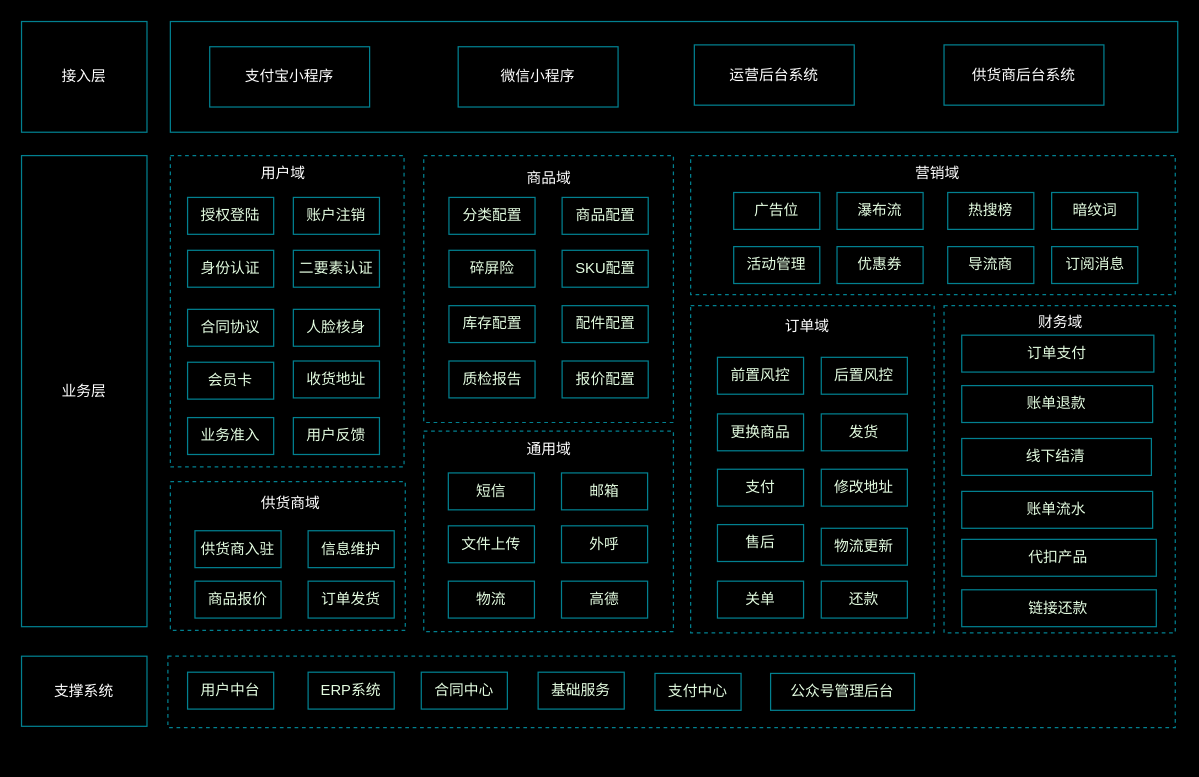
This is 业务架构.drawio from zhaoershuang/flow-chart, a draw.io file, before an edit. Source tidied: cells renumbered, new cells numbered last; positions are measured from the earlier drawing's top-left corner, leaving out a move shared by most shapes. Both pictures are drawn from the tidied source at 123%, with x=0, y=0 at pixel (21, 21).
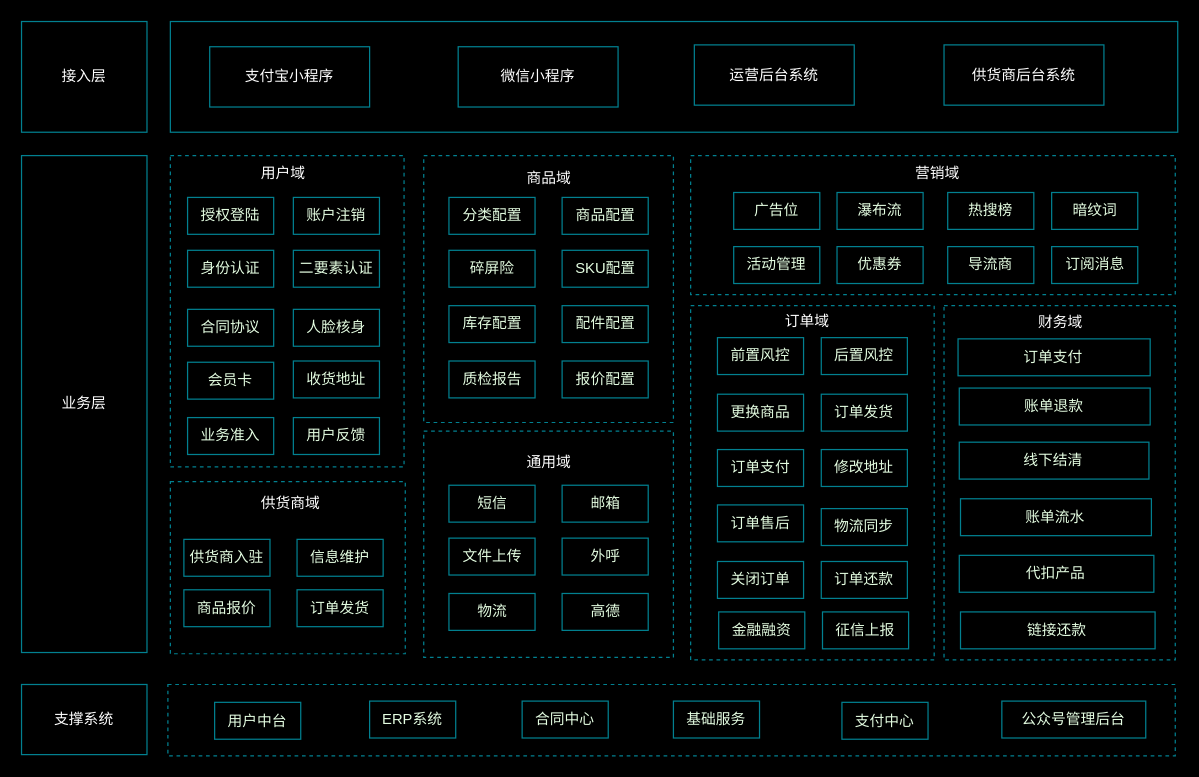
The same page after the edit.

Commit message (it also covers changes not shown here):
更新业务架构.drawio

The edit, as a diff of the source:
```diff
@@
-    <mxCell id="2" style="rounded=0;whiteSpace=wrap;html=1;labelBackgroundColor=none;fillColor=none;strokeWidth=1;strokeColor=#028090;dashed=1;fontColor=#E4FDE1;" parent="1" vertex="1">
-      <mxGeometry x="544" y="231" width="198" height="266" as="geometry" />
+    <mxCell id="2" style="rounded=0;whiteSpace=wrap;html=1;labelBackgroundColor=none;fillColor=none;strokeWidth=1;dashed=1;strokeColor=#028090;fontColor=#E4FDE1;" parent="1" vertex="1">
+      <mxGeometry x="544" y="231" width="198" height="288" as="geometry" />
     </mxCell>
@@
     <mxCell id="4" value="&lt;font color=&quot;#ffffff&quot;&gt;业务层&lt;/font&gt;" style="rounded=0;whiteSpace=wrap;html=1;labelBackgroundColor=none;fillColor=none;strokeWidth=1;strokeColor=#028090;fontColor=#E4FDE1;" parent="1" vertex="1">
-      <mxGeometry y="109" width="102" height="383" as="geometry" />
+      <mxGeometry y="109" width="102" height="404" as="geometry" />
     </mxCell>
@@
-    <mxCell id="10" style="rounded=0;whiteSpace=wrap;html=1;labelBackgroundColor=none;fillColor=none;strokeWidth=1;strokeColor=#028090;dashed=1;fontColor=#E4FDE1;" parent="1" vertex="1">
+    <mxCell id="10" style="rounded=0;whiteSpace=wrap;html=1;labelBackgroundColor=none;fillColor=none;strokeWidth=1;dashed=1;strokeColor=#028090;fontColor=#E4FDE1;" parent="1" vertex="1">
       <mxGeometry x="121" y="109" width="190" height="253" as="geometry" />
     </mxCell>
-    <mxCell id="11" value="&lt;font color=&quot;#ffffff&quot;&gt;用户域&lt;/font&gt;" style="text;html=1;align=center;verticalAlign=middle;whiteSpace=wrap;rounded=0;labelBackgroundColor=none;fontColor=#E4FDE1;strokeColor=none;" parent="1" vertex="1">
+    <mxCell id="11" value="&lt;font color=&quot;#ffffff&quot;&gt;用户域&lt;/font&gt;" style="text;html=1;align=center;verticalAlign=middle;whiteSpace=wrap;rounded=0;labelBackgroundColor=none;strokeColor=none;fontColor=#E4FDE1;" parent="1" vertex="1">
       <mxGeometry x="183" y="109" width="60" height="30" as="geometry" />
     </mxCell>
@@
     <mxCell id="16" value="前置风控" style="rounded=0;whiteSpace=wrap;html=1;labelBackgroundColor=none;fillColor=none;strokeWidth=1;strokeColor=#028090;fontColor=#E4FDE1;" parent="1" vertex="1">
-      <mxGeometry x="565.8" y="273" width="70" height="30" as="geometry" />
+      <mxGeometry x="565.8" y="257" width="70" height="30" as="geometry" />
     </mxCell>
     <mxCell id="17" value="后置风控" style="rounded=0;whiteSpace=wrap;html=1;labelBackgroundColor=none;fillColor=none;strokeWidth=1;strokeColor=#028090;fontColor=#E4FDE1;" parent="1" vertex="1">
-      <mxGeometry x="650.2" y="273" width="70" height="30" as="geometry" />
+      <mxGeometry x="650.2" y="257" width="70" height="30" as="geometry" />
     </mxCell>
@@
-    <mxCell id="24" style="rounded=0;whiteSpace=wrap;html=1;labelBackgroundColor=none;fillColor=none;strokeWidth=1;strokeColor=#028090;dashed=1;fontColor=#E4FDE1;" parent="1" vertex="1">
-      <mxGeometry x="121" y="374" width="191" height="121" as="geometry" />
+    <mxCell id="24" style="rounded=0;whiteSpace=wrap;html=1;labelBackgroundColor=none;fillColor=none;strokeWidth=1;dashed=1;strokeColor=#028090;fontColor=#E4FDE1;" parent="1" vertex="1">
+      <mxGeometry x="121" y="374" width="191" height="140" as="geometry" />
     </mxCell>
-    <mxCell id="25" value="&lt;font color=&quot;#ffffff&quot;&gt;供货商域&lt;/font&gt;" style="text;html=1;align=center;verticalAlign=middle;whiteSpace=wrap;rounded=0;labelBackgroundColor=none;fontColor=#E4FDE1;strokeColor=none;" parent="1" vertex="1">
+    <mxCell id="25" value="&lt;font color=&quot;#ffffff&quot;&gt;供货商域&lt;/font&gt;" style="text;html=1;align=center;verticalAlign=middle;whiteSpace=wrap;rounded=0;labelBackgroundColor=none;strokeColor=none;fontColor=#E4FDE1;" parent="1" vertex="1">
       <mxGeometry x="189" y="377" width="60" height="30" as="geometry" />
     </mxCell>
-    <mxCell id="26" style="rounded=0;whiteSpace=wrap;html=1;labelBackgroundColor=none;fillColor=none;strokeWidth=1;strokeColor=#028090;dashed=1;fontColor=#E4FDE1;" parent="1" vertex="1">
+    <mxCell id="26" style="rounded=0;whiteSpace=wrap;html=1;labelBackgroundColor=none;fillColor=none;strokeWidth=1;dashed=1;strokeColor=#028090;fontColor=#E4FDE1;" parent="1" vertex="1">
       <mxGeometry x="327" y="109" width="203" height="217" as="geometry" />
     </mxCell>
-    <mxCell id="27" value="&lt;font color=&quot;#ffffff&quot;&gt;商品域&lt;/font&gt;" style="text;html=1;align=center;verticalAlign=middle;whiteSpace=wrap;rounded=0;labelBackgroundColor=none;fontColor=#E4FDE1;strokeColor=none;" parent="1" vertex="1">
+    <mxCell id="27" value="&lt;font color=&quot;#ffffff&quot;&gt;商品域&lt;/font&gt;" style="text;html=1;align=center;verticalAlign=middle;whiteSpace=wrap;rounded=0;labelBackgroundColor=none;strokeColor=none;fontColor=#E4FDE1;" parent="1" vertex="1">
       <mxGeometry x="398.5" y="113" width="60" height="30" as="geometry" />
     </mxCell>
-    <mxCell id="28" style="rounded=0;whiteSpace=wrap;html=1;labelBackgroundColor=none;fillColor=none;strokeWidth=1;strokeColor=#028090;dashed=1;fontColor=#E4FDE1;" parent="1" vertex="1">
+    <mxCell id="28" style="rounded=0;whiteSpace=wrap;html=1;labelBackgroundColor=none;fillColor=none;strokeWidth=1;dashed=1;strokeColor=#028090;fontColor=#E4FDE1;" parent="1" vertex="1">
       <mxGeometry x="544" y="109" width="394" height="113" as="geometry" />
     </mxCell>
-    <mxCell id="29" value="&lt;font color=&quot;#ffffff&quot;&gt;营销域&lt;/font&gt;" style="text;html=1;align=center;verticalAlign=middle;whiteSpace=wrap;rounded=0;labelBackgroundColor=none;fontColor=#E4FDE1;strokeColor=none;" parent="1" vertex="1">
+    <mxCell id="29" value="&lt;font color=&quot;#ffffff&quot;&gt;营销域&lt;/font&gt;" style="text;html=1;align=center;verticalAlign=middle;whiteSpace=wrap;rounded=0;labelBackgroundColor=none;strokeColor=none;fontColor=#E4FDE1;" parent="1" vertex="1">
       <mxGeometry x="703" y="109" width="84" height="30" as="geometry" />
     </mxCell>
-    <mxCell id="30" value="&lt;font color=&quot;#ffffff&quot;&gt;订单域&lt;/font&gt;" style="text;html=1;align=center;verticalAlign=middle;whiteSpace=wrap;rounded=0;labelBackgroundColor=none;fontColor=#E4FDE1;strokeColor=none;" parent="1" vertex="1">
-      <mxGeometry x="609" y="233" width="60" height="30" as="geometry" />
+    <mxCell id="30" value="&lt;font color=&quot;#ffffff&quot;&gt;订单域&lt;/font&gt;" style="text;html=1;align=center;verticalAlign=middle;whiteSpace=wrap;rounded=0;labelBackgroundColor=none;strokeColor=none;fontColor=#E4FDE1;" parent="1" vertex="1">
+      <mxGeometry x="609" y="229" width="60" height="30" as="geometry" />
     </mxCell>
     <mxCell id="31" value="供货商入驻" style="rounded=0;whiteSpace=wrap;html=1;labelBackgroundColor=none;fillColor=none;strokeWidth=1;strokeColor=#028090;fontColor=#E4FDE1;" parent="1" vertex="1">
-      <mxGeometry x="141" y="414" width="70" height="30" as="geometry" />
+      <mxGeometry x="132" y="421" width="70" height="30" as="geometry" />
     </mxCell>
     <mxCell id="32" value="信息维护" style="rounded=0;whiteSpace=wrap;html=1;labelBackgroundColor=none;fillColor=none;strokeWidth=1;strokeColor=#028090;fontColor=#E4FDE1;" parent="1" vertex="1">
-      <mxGeometry x="233" y="414" width="70" height="30" as="geometry" />
+      <mxGeometry x="224" y="421" width="70" height="30" as="geometry" />
     </mxCell>
@@
     <mxCell id="37" value="商品报价" style="rounded=0;whiteSpace=wrap;html=1;labelBackgroundColor=none;fillColor=none;strokeWidth=1;strokeColor=#028090;fontColor=#E4FDE1;" parent="1" vertex="1">
-      <mxGeometry x="141" y="455" width="70" height="30" as="geometry" />
+      <mxGeometry x="132" y="462" width="70" height="30" as="geometry" />
     </mxCell>
     <mxCell id="38" value="订单发货" style="rounded=0;whiteSpace=wrap;html=1;labelBackgroundColor=none;fillColor=none;strokeWidth=1;strokeColor=#028090;fontColor=#E4FDE1;" parent="1" vertex="1">
-      <mxGeometry x="233" y="455" width="70" height="30" as="geometry" />
+      <mxGeometry x="224" y="462" width="70" height="30" as="geometry" />
     </mxCell>
@@
-    <mxCell id="51" value="发货" style="rounded=0;whiteSpace=wrap;html=1;labelBackgroundColor=none;fillColor=none;strokeWidth=1;strokeColor=#028090;fontColor=#E4FDE1;" parent="1" vertex="1">
-      <mxGeometry x="650.2" y="319" width="70" height="30" as="geometry" />
+    <mxCell id="51" value="订单发货" style="rounded=0;whiteSpace=wrap;html=1;labelBackgroundColor=none;fillColor=none;strokeWidth=1;strokeColor=#028090;fontColor=#E4FDE1;" parent="1" vertex="1">
+      <mxGeometry x="650.2" y="303" width="70" height="30" as="geometry" />
     </mxCell>
     <mxCell id="52" value="更换商品" style="rounded=0;whiteSpace=wrap;html=1;labelBackgroundColor=none;fillColor=none;strokeWidth=1;strokeColor=#028090;fontColor=#E4FDE1;" parent="1" vertex="1">
-      <mxGeometry x="565.8" y="319" width="70" height="30" as="geometry" />
+      <mxGeometry x="565.8" y="303" width="70" height="30" as="geometry" />
     </mxCell>
-    <mxCell id="53" value="售后" style="rounded=0;whiteSpace=wrap;html=1;labelBackgroundColor=none;fillColor=none;strokeWidth=1;strokeColor=#028090;fontColor=#E4FDE1;" parent="1" vertex="1">
-      <mxGeometry x="565.8" y="409" width="70" height="30" as="geometry" />
+    <mxCell id="53" value="订单售后" style="rounded=0;whiteSpace=wrap;html=1;labelBackgroundColor=none;fillColor=none;strokeWidth=1;strokeColor=#028090;fontColor=#E4FDE1;" parent="1" vertex="1">
+      <mxGeometry x="565.8" y="393" width="70" height="30" as="geometry" />
     </mxCell>
-    <mxCell id="54" value="支付" style="rounded=0;whiteSpace=wrap;html=1;labelBackgroundColor=none;fillColor=none;strokeWidth=1;strokeColor=#028090;fontColor=#E4FDE1;" parent="1" vertex="1">
-      <mxGeometry x="565.8" y="364" width="70" height="30" as="geometry" />
+    <mxCell id="54" value="订单支付" style="rounded=0;whiteSpace=wrap;html=1;labelBackgroundColor=none;fillColor=none;strokeWidth=1;strokeColor=#028090;fontColor=#E4FDE1;" parent="1" vertex="1">
+      <mxGeometry x="565.8" y="348" width="70" height="30" as="geometry" />
     </mxCell>
-    <mxCell id="55" value="还款" style="rounded=0;whiteSpace=wrap;html=1;labelBackgroundColor=none;fillColor=none;strokeWidth=1;strokeColor=#028090;fontColor=#E4FDE1;" parent="1" vertex="1">
-      <mxGeometry x="650.2" y="455" width="70" height="30" as="geometry" />
+    <mxCell id="55" value="订单还款" style="rounded=0;whiteSpace=wrap;html=1;labelBackgroundColor=none;fillColor=none;strokeWidth=1;strokeColor=#028090;fontColor=#E4FDE1;" parent="1" vertex="1">
+      <mxGeometry x="650.2" y="439" width="70" height="30" as="geometry" />
     </mxCell>
-    <mxCell id="56" value="关单" style="rounded=0;whiteSpace=wrap;html=1;labelBackgroundColor=none;fillColor=none;strokeWidth=1;strokeColor=#028090;fontColor=#E4FDE1;" parent="1" vertex="1">
-      <mxGeometry x="565.8" y="455" width="70" height="30" as="geometry" />
+    <mxCell id="56" value="关闭订单" style="rounded=0;whiteSpace=wrap;html=1;labelBackgroundColor=none;fillColor=none;strokeWidth=1;strokeColor=#028090;fontColor=#E4FDE1;" parent="1" vertex="1">
+      <mxGeometry x="565.8" y="439" width="70" height="30" as="geometry" />
     </mxCell>
     <mxCell id="57" value="修改地址" style="rounded=0;whiteSpace=wrap;html=1;labelBackgroundColor=none;fillColor=none;strokeWidth=1;strokeColor=#028090;fontColor=#E4FDE1;" parent="1" vertex="1">
-      <mxGeometry x="650.2" y="364" width="70" height="30" as="geometry" />
+      <mxGeometry x="650.2" y="348" width="70" height="30" as="geometry" />
     </mxCell>
-    <mxCell id="58" value="物流更新" style="rounded=0;whiteSpace=wrap;html=1;labelBackgroundColor=none;fillColor=none;strokeWidth=1;strokeColor=#028090;fontColor=#E4FDE1;" parent="1" vertex="1">
-      <mxGeometry x="650.2" y="412" width="70" height="30" as="geometry" />
+    <mxCell id="58" value="物流同步" style="rounded=0;whiteSpace=wrap;html=1;labelBackgroundColor=none;fillColor=none;strokeWidth=1;strokeColor=#028090;fontColor=#E4FDE1;" parent="1" vertex="1">
+      <mxGeometry x="650.2" y="396" width="70" height="30" as="geometry" />
     </mxCell>
-    <mxCell id="59" style="rounded=0;whiteSpace=wrap;html=1;labelBackgroundColor=none;fillColor=none;strokeWidth=1;strokeColor=#028090;dashed=1;fontColor=#E4FDE1;" parent="1" vertex="1">
-      <mxGeometry x="327" y="333" width="203" height="163" as="geometry" />
+    <mxCell id="59" style="rounded=0;whiteSpace=wrap;html=1;labelBackgroundColor=none;fillColor=none;strokeWidth=1;dashed=1;strokeColor=#028090;fontColor=#E4FDE1;" parent="1" vertex="1">
+      <mxGeometry x="327" y="333" width="203" height="184" as="geometry" />
     </mxCell>
-    <mxCell id="60" value="&lt;font color=&quot;#ffffff&quot;&gt;通用域&lt;/font&gt;" style="text;html=1;align=center;verticalAlign=middle;whiteSpace=wrap;rounded=0;labelBackgroundColor=none;fontColor=#E4FDE1;strokeColor=none;" parent="1" vertex="1">
-      <mxGeometry x="398.5" y="333" width="60" height="30" as="geometry" />
+    <mxCell id="60" value="&lt;font color=&quot;#ffffff&quot;&gt;通用域&lt;/font&gt;" style="text;html=1;align=center;verticalAlign=middle;whiteSpace=wrap;rounded=0;labelBackgroundColor=none;strokeColor=none;fontColor=#E4FDE1;" parent="1" vertex="1">
+      <mxGeometry x="398.5" y="344" width="60" height="30" as="geometry" />
     </mxCell>
     <mxCell id="61" value="短信" style="rounded=0;whiteSpace=wrap;html=1;labelBackgroundColor=none;fillColor=none;strokeWidth=1;strokeColor=#028090;fontColor=#E4FDE1;" parent="1" vertex="1">
-      <mxGeometry x="347" y="367" width="70" height="30" as="geometry" />
+      <mxGeometry x="347.5" y="377" width="70" height="30" as="geometry" />
     </mxCell>
     <mxCell id="62" value="邮箱" style="rounded=0;whiteSpace=wrap;html=1;labelBackgroundColor=none;fillColor=none;strokeWidth=1;strokeColor=#028090;fontColor=#E4FDE1;" parent="1" vertex="1">
-      <mxGeometry x="439" y="367" width="70" height="30" as="geometry" />
+      <mxGeometry x="439.5" y="377" width="70" height="30" as="geometry" />
     </mxCell>
     <mxCell id="63" value="文件上传" style="rounded=0;whiteSpace=wrap;html=1;labelBackgroundColor=none;fillColor=none;strokeWidth=1;strokeColor=#028090;fontColor=#E4FDE1;" parent="1" vertex="1">
-      <mxGeometry x="347" y="410" width="70" height="30" as="geometry" />
+      <mxGeometry x="347.5" y="420" width="70" height="30" as="geometry" />
     </mxCell>
     <mxCell id="64" value="外呼" style="rounded=0;whiteSpace=wrap;html=1;labelBackgroundColor=none;fillColor=none;strokeWidth=1;strokeColor=#028090;fontColor=#E4FDE1;" parent="1" vertex="1">
-      <mxGeometry x="439" y="410" width="70" height="30" as="geometry" />
+      <mxGeometry x="439.5" y="420" width="70" height="30" as="geometry" />
     </mxCell>
     <mxCell id="65" value="物流" style="rounded=0;whiteSpace=wrap;html=1;labelBackgroundColor=none;fillColor=none;strokeWidth=1;strokeColor=#028090;fontColor=#E4FDE1;" parent="1" vertex="1">
-      <mxGeometry x="347" y="455" width="70" height="30" as="geometry" />
+      <mxGeometry x="347.5" y="465" width="70" height="30" as="geometry" />
     </mxCell>
     <mxCell id="66" value="高德" style="rounded=0;whiteSpace=wrap;html=1;labelBackgroundColor=none;fillColor=none;strokeWidth=1;strokeColor=#028090;fontColor=#E4FDE1;" parent="1" vertex="1">
-      <mxGeometry x="439" y="455" width="70" height="30" as="geometry" />
+      <mxGeometry x="439.5" y="465" width="70" height="30" as="geometry" />
     </mxCell>
-    <mxCell id="67" style="rounded=0;whiteSpace=wrap;html=1;labelBackgroundColor=none;fillColor=none;strokeWidth=1;strokeColor=#028090;dashed=1;fontColor=#E4FDE1;" parent="1" vertex="1">
-      <mxGeometry x="750" y="231" width="188" height="266" as="geometry" />
+    <mxCell id="67" style="rounded=0;whiteSpace=wrap;html=1;labelBackgroundColor=none;fillColor=none;strokeWidth=1;dashed=1;strokeColor=#028090;fontColor=#E4FDE1;" parent="1" vertex="1">
+      <mxGeometry x="750" y="231" width="188" height="288" as="geometry" />
     </mxCell>
     <mxCell id="68" value="订单支付" style="rounded=0;whiteSpace=wrap;html=1;labelBackgroundColor=none;fillColor=none;strokeWidth=1;strokeColor=#028090;fontColor=#E4FDE1;" parent="1" vertex="1">
-      <mxGeometry x="764.4" y="255" width="156.2" height="30" as="geometry" />
+      <mxGeometry x="761.4" y="258" width="156.2" height="30" as="geometry" />
     </mxCell>
     <mxCell id="69" value="账单流水" style="rounded=0;whiteSpace=wrap;html=1;labelBackgroundColor=none;fillColor=none;strokeWidth=1;strokeColor=#028090;fontColor=#E4FDE1;" parent="1" vertex="1">
-      <mxGeometry x="764.4" y="382" width="155.2" height="30" as="geometry" />
+      <mxGeometry x="763.4" y="388" width="155.2" height="30" as="geometry" />
     </mxCell>
-    <mxCell id="70" value="&lt;font color=&quot;#ffffff&quot;&gt;财务域&lt;/font&gt;" style="text;html=1;align=center;verticalAlign=middle;whiteSpace=wrap;rounded=0;labelBackgroundColor=none;fontColor=#E4FDE1;strokeColor=none;" parent="1" vertex="1">
+    <mxCell id="70" value="&lt;font color=&quot;#ffffff&quot;&gt;财务域&lt;/font&gt;" style="text;html=1;align=center;verticalAlign=middle;whiteSpace=wrap;rounded=0;labelBackgroundColor=none;strokeColor=none;fontColor=#E4FDE1;" parent="1" vertex="1">
       <mxGeometry x="815" y="230" width="60" height="30" as="geometry" />
     </mxCell>
     <mxCell id="71" value="代扣产品" style="rounded=0;whiteSpace=wrap;html=1;labelBackgroundColor=none;fillColor=none;strokeWidth=1;strokeColor=#028090;fontColor=#E4FDE1;" parent="1" vertex="1">
-      <mxGeometry x="764.4" y="421" width="158.2" height="30" as="geometry" />
+      <mxGeometry x="762.4" y="434" width="158.2" height="30" as="geometry" />
     </mxCell>
     <mxCell id="72" value="账单退款" style="rounded=0;whiteSpace=wrap;html=1;labelBackgroundColor=none;fillColor=none;strokeWidth=1;strokeColor=#028090;fontColor=#E4FDE1;" parent="1" vertex="1">
-      <mxGeometry x="764.4" y="296" width="155.2" height="30" as="geometry" />
+      <mxGeometry x="762.4" y="298" width="155.2" height="30" as="geometry" />
     </mxCell>
     <mxCell id="73" value="线下结清" style="rounded=0;whiteSpace=wrap;html=1;labelBackgroundColor=none;fillColor=none;strokeWidth=1;strokeColor=#028090;fontColor=#E4FDE1;" parent="1" vertex="1">
-      <mxGeometry x="764.4" y="339" width="154.2" height="30" as="geometry" />
+      <mxGeometry x="762.4" y="342" width="154.2" height="30" as="geometry" />
     </mxCell>
     <mxCell id="74" value="链接还款" style="rounded=0;whiteSpace=wrap;html=1;labelBackgroundColor=none;fillColor=none;strokeWidth=1;strokeColor=#028090;fontColor=#E4FDE1;" parent="1" vertex="1">
-      <mxGeometry x="764.4" y="462" width="158.2" height="30" as="geometry" />
+      <mxGeometry x="763.4" y="480" width="158.2" height="30" as="geometry" />
     </mxCell>
     <mxCell id="75" value="&lt;font color=&quot;#ffffff&quot;&gt;支撑系统&lt;/font&gt;" style="rounded=0;whiteSpace=wrap;html=1;labelBackgroundColor=none;fillColor=none;strokeWidth=1;strokeColor=#028090;fontColor=#E4FDE1;" parent="1" vertex="1">
-      <mxGeometry y="516" width="102" height="57" as="geometry" />
+      <mxGeometry y="539" width="102" height="57" as="geometry" />
     </mxCell>
-    <mxCell id="76" style="rounded=0;whiteSpace=wrap;html=1;labelBackgroundColor=none;fillColor=none;strokeWidth=1;strokeColor=#028090;fontColor=#E4FDE1;dashed=1;" parent="1" vertex="1">
-      <mxGeometry x="119" y="516" width="819" height="58" as="geometry" />
+    <mxCell id="76" style="rounded=0;whiteSpace=wrap;html=1;labelBackgroundColor=none;fillColor=none;strokeWidth=1;dashed=1;strokeColor=#028090;fontColor=#E4FDE1;" parent="1" vertex="1">
+      <mxGeometry x="119" y="539" width="819" height="58" as="geometry" />
     </mxCell>
     <mxCell id="77" value="ERP系统" style="rounded=0;whiteSpace=wrap;html=1;labelBackgroundColor=none;fillColor=none;strokeWidth=1;strokeColor=#028090;fontColor=#E4FDE1;" parent="1" vertex="1">
-      <mxGeometry x="233" y="529" width="70" height="30" as="geometry" />
+      <mxGeometry x="283" y="552.5" width="70" height="30" as="geometry" />
     </mxCell>
     <mxCell id="78" value="合同中心" style="rounded=0;whiteSpace=wrap;html=1;labelBackgroundColor=none;fillColor=none;strokeWidth=1;strokeColor=#028090;fontColor=#E4FDE1;" parent="1" vertex="1">
-      <mxGeometry x="325" y="529" width="70" height="30" as="geometry" />
+      <mxGeometry x="407" y="552.5" width="70" height="30" as="geometry" />
     </mxCell>
     <mxCell id="79" value="基础服务" style="rounded=0;whiteSpace=wrap;html=1;labelBackgroundColor=none;fillColor=none;strokeWidth=1;strokeColor=#028090;fontColor=#E4FDE1;" parent="1" vertex="1">
-      <mxGeometry x="420" y="529" width="70" height="30" as="geometry" />
+      <mxGeometry x="530" y="552.5" width="70" height="30" as="geometry" />
     </mxCell>
     <mxCell id="80" value="用户中台" style="rounded=0;whiteSpace=wrap;html=1;labelBackgroundColor=none;fillColor=none;strokeWidth=1;strokeColor=#028090;fontColor=#E4FDE1;" parent="1" vertex="1">
-      <mxGeometry x="135" y="529" width="70" height="30" as="geometry" />
+      <mxGeometry x="157" y="553.5" width="70" height="30" as="geometry" />
     </mxCell>
     <mxCell id="81" value="支付中心" style="rounded=0;whiteSpace=wrap;html=1;labelBackgroundColor=none;fillColor=none;strokeWidth=1;strokeColor=#028090;fontColor=#E4FDE1;" parent="1" vertex="1">
-      <mxGeometry x="515" y="530" width="70" height="30" as="geometry" />
+      <mxGeometry x="667" y="553.5" width="70" height="30" as="geometry" />
     </mxCell>
     <mxCell id="82" value="公众号管理后台" style="rounded=0;whiteSpace=wrap;html=1;labelBackgroundColor=none;fillColor=none;strokeWidth=1;strokeColor=#028090;fontColor=#E4FDE1;" parent="1" vertex="1">
-      <mxGeometry x="609" y="530" width="117" height="30" as="geometry" />
+      <mxGeometry x="797" y="552.5" width="117" height="30" as="geometry" />
     </mxCell>
+    <mxCell id="83" value="征信上报" style="rounded=0;whiteSpace=wrap;html=1;labelBackgroundColor=none;fillColor=none;strokeWidth=1;strokeColor=#028090;fontColor=#E4FDE1;" parent="1" vertex="1">
+      <mxGeometry x="651.2" y="480" width="70" height="30" as="geometry" />
+    </mxCell>
+    <mxCell id="84" value="金融融资" style="rounded=0;whiteSpace=wrap;html=1;labelBackgroundColor=none;fillColor=none;strokeWidth=1;strokeColor=#028090;fontColor=#E4FDE1;" parent="1" vertex="1">
+      <mxGeometry x="566.8" y="480" width="70" height="30" as="geometry" />
+    </mxCell>
```
